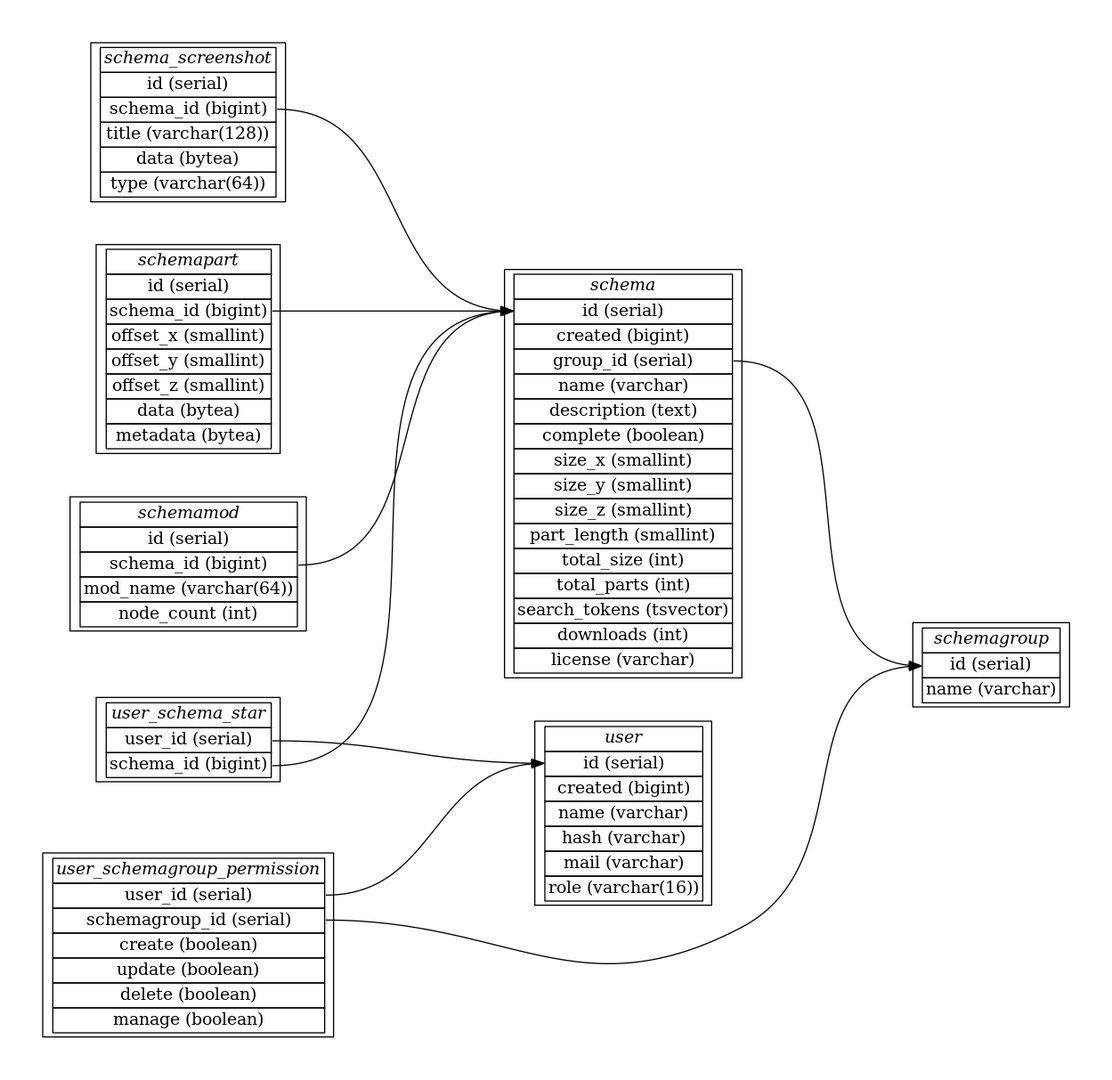
blockexchange/blockexchange_server keeps this Graphviz diagram as doc/database.png. Above is the earlier version. Its source is kept beside it as doc/database.dot.
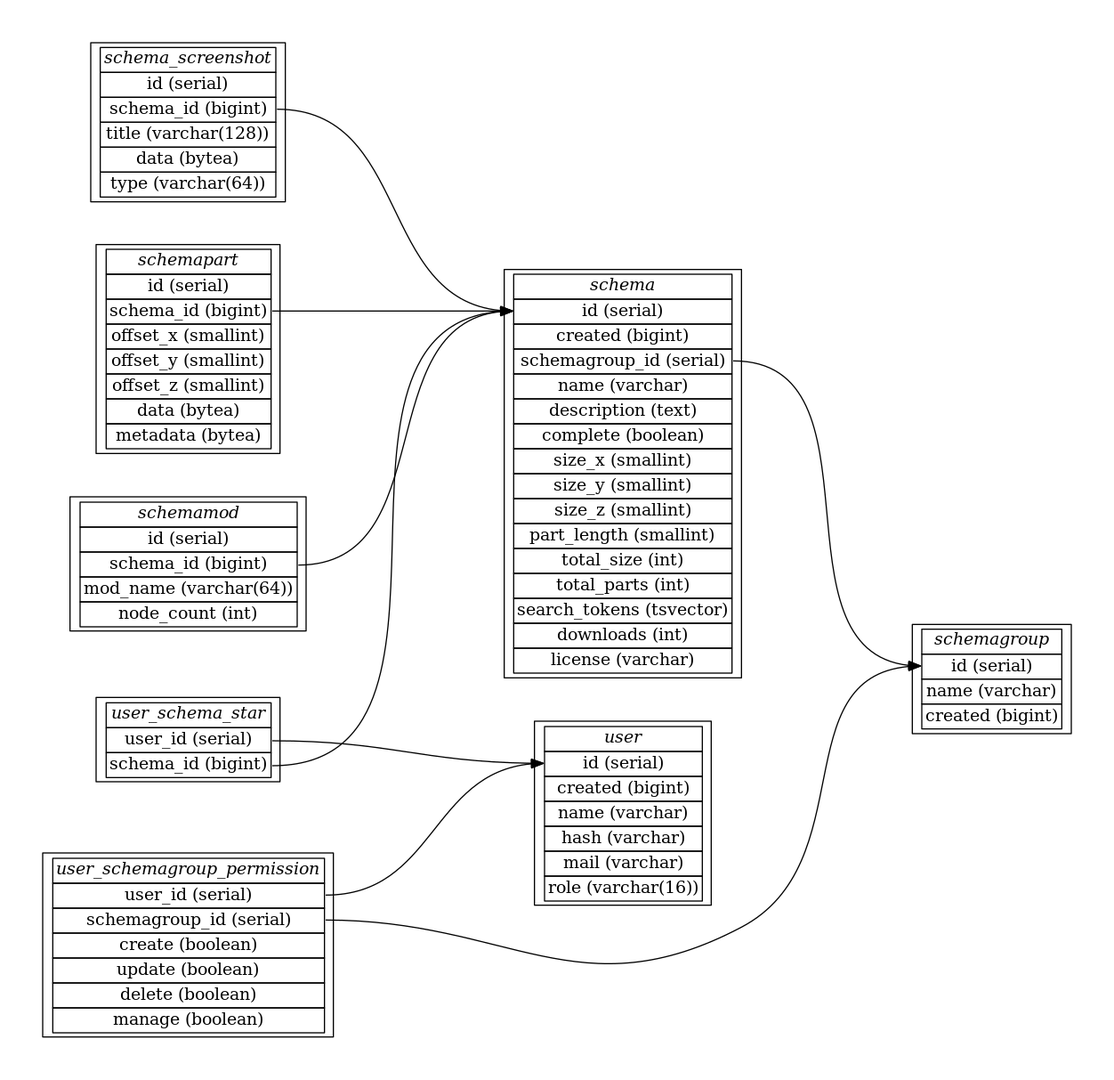
After the change.

The edit, as a diff of the source:
```diff
@@ -19,6 +19,7 @@
   <tr><td><i>schemagroup</i></td></tr>
   <tr><td port="schemagroup_id">id (serial)</td></tr>
   <tr><td>name (varchar)</td></tr>
+  <tr><td>created (bigint)</td></tr>
 </table>>];
 
 
@@ -41,7 +42,7 @@
   <tr><td><i>schema</i></td></tr>
   <tr><td port="schema_id">id (serial)</td></tr>
   <tr><td>created (bigint)</td></tr>
-  <tr><td port="schema_group_id">group_id (serial)</td></tr>
+  <tr><td port="schema_schemagroup_id">schemagroup_id (serial)</td></tr>
   <tr><td>name (varchar)</td></tr>
   <tr><td>description (text)</td></tr>
   <tr><td>complete (boolean)</td></tr>
@@ -56,7 +57,7 @@
   <tr><td>license (varchar)</td></tr>
 </table>>];
 
-schema:schema_group_id -> schemagroup:schemagroup_id;
+schema:schema_schemagroup_id -> schemagroup:schemagroup_id;
 
 schemapart [label=<
 <table border="0" cellborder="1" cellspacing="0">
```
